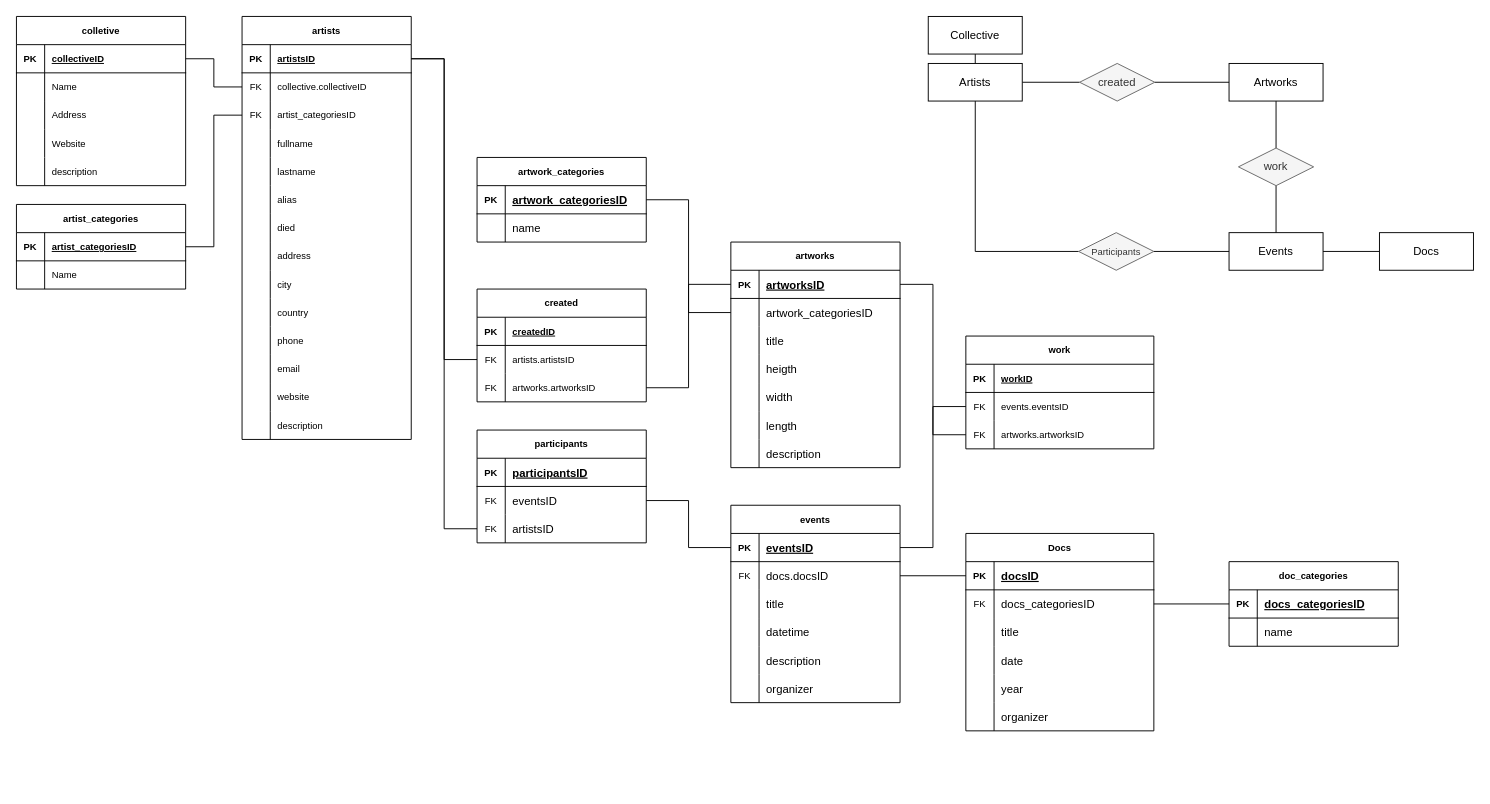
Above: documents/backend/database/arsipdb.drawio in ancientfutures/gitbook (draw.io), before the change. Source tidied: cells renumbered, new cells numbered last; positions are measured from the earlier drawing's top-left corner, leaving out a move shared by most shapes. Both pictures are drawn from the tidied source at 94%, with x=0, y=0 at pixel (16, 16).
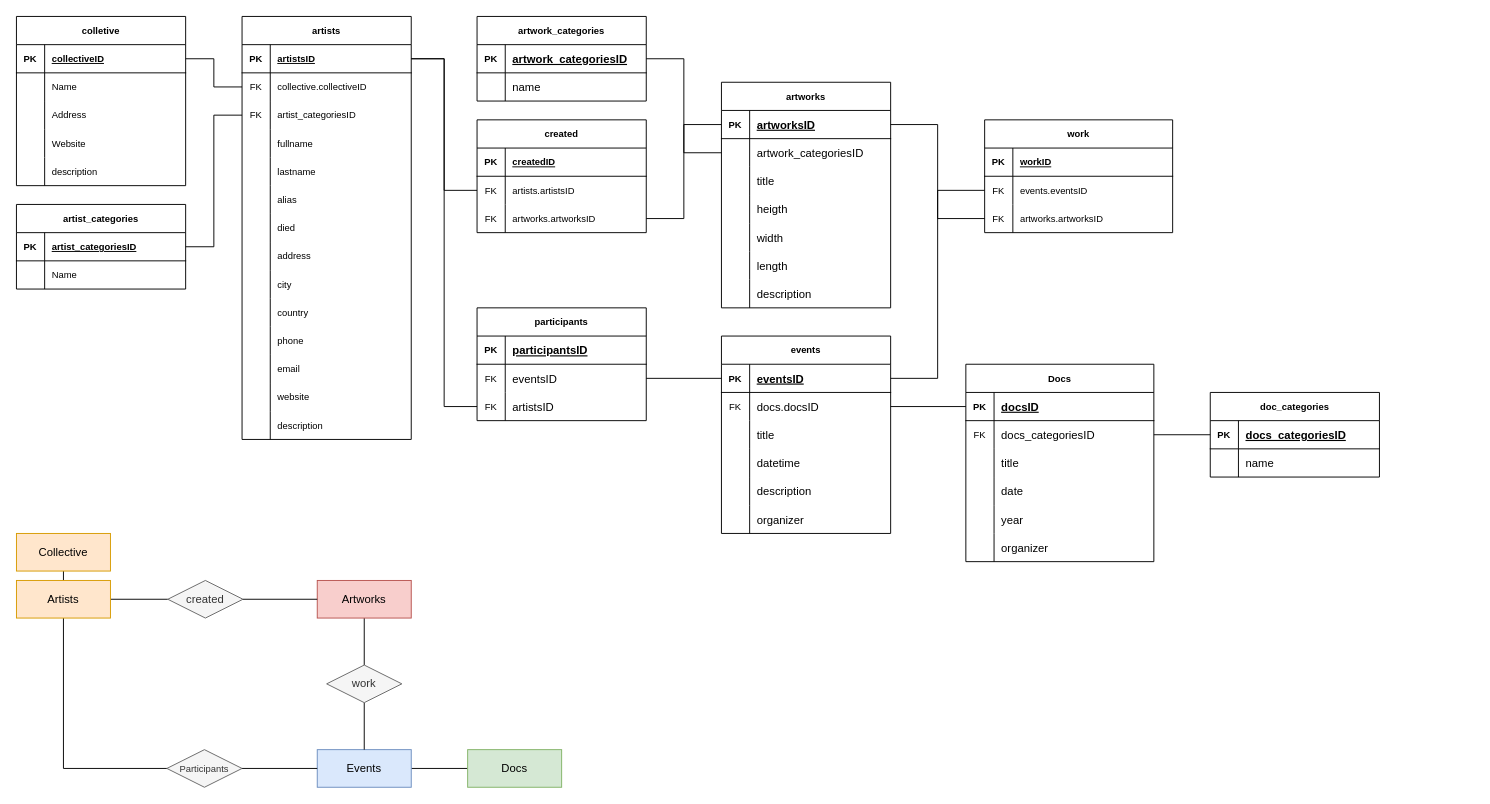
After the change.

Diff of the diagram source:
```diff
@@
     <mxCell id="4" style="edgeStyle=orthogonalEdgeStyle;rounded=0;jettySize=auto;html=1;fontSize=10;endArrow=none;endFill=0;" parent="1" edge="1" source="5" target="17">
       <mxGeometry relative="1" as="geometry">
         <Array as="points">
-          <mxPoint x="1020" y="250" />
+          <mxPoint x="50" y="800" />
         </Array>
       </mxGeometry>
     </mxCell>
-    <mxCell id="5" value="Artists" style="whiteSpace=wrap;html=1;align=center;" parent="1" vertex="1">
-      <mxGeometry x="970" y="50" width="100" height="40" as="geometry" />
+    <mxCell id="5" value="Artists" style="whiteSpace=wrap;html=1;align=center;fillColor=#ffe6cc;strokeColor=#d79b00;" parent="1" vertex="1">
+      <mxGeometry y="600" width="100" height="40" as="geometry" />
     </mxCell>
-    <mxCell id="6" value="&lt;div&gt;Collective&lt;/div&gt;" style="whiteSpace=wrap;html=1;align=center;" parent="1" vertex="1">
-      <mxGeometry x="970" width="100" height="40" as="geometry" />
+    <mxCell id="6" value="&lt;div&gt;Collective&lt;/div&gt;" style="whiteSpace=wrap;html=1;align=center;fillColor=#ffe6cc;strokeColor=#d79b00;" parent="1" vertex="1">
+      <mxGeometry y="550" width="100" height="40" as="geometry" />
     </mxCell>
@@
-    <mxCell id="8" value="&lt;div&gt;Artworks&lt;/div&gt;" style="whiteSpace=wrap;html=1;align=center;" parent="1" vertex="1">
-      <mxGeometry x="1290" y="50" width="100" height="40" as="geometry" />
+    <mxCell id="8" value="&lt;div&gt;Artworks&lt;/div&gt;" style="whiteSpace=wrap;html=1;align=center;fillColor=#f8cecc;strokeColor=#b85450;" parent="1" vertex="1">
+      <mxGeometry x="320" y="600" width="100" height="40" as="geometry" />
     </mxCell>
@@
-    <mxCell id="10" value="&lt;div&gt;Events&lt;/div&gt;" style="whiteSpace=wrap;html=1;align=center;" parent="1" vertex="1">
-      <mxGeometry x="1290" y="230" width="100" height="40" as="geometry" />
+    <mxCell id="10" value="&lt;div&gt;Events&lt;/div&gt;" style="whiteSpace=wrap;html=1;align=center;fillColor=#dae8fc;strokeColor=#6c8ebf;" parent="1" vertex="1">
+      <mxGeometry x="320" y="780" width="100" height="40" as="geometry" />
     </mxCell>
-    <mxCell id="11" value="Docs" style="whiteSpace=wrap;html=1;align=center;" parent="1" vertex="1">
-      <mxGeometry x="1450" y="230" width="100" height="40" as="geometry" />
+    <mxCell id="11" value="Docs" style="whiteSpace=wrap;html=1;align=center;fillColor=#d5e8d4;strokeColor=#82b366;" parent="1" vertex="1">
+      <mxGeometry x="480" y="780" width="100" height="40" as="geometry" />
     </mxCell>
@@
     <mxCell id="13" value="created" style="shape=rhombus;perimeter=rhombusPerimeter;whiteSpace=wrap;html=1;align=center;fillColor=#f5f5f5;fontColor=#333333;strokeColor=#666666;" parent="1" vertex="1">
-      <mxGeometry x="1131" y="50" width="80" height="40" as="geometry" />
+      <mxGeometry x="161" y="600" width="80" height="40" as="geometry" />
     </mxCell>
@@
     <mxCell id="15" value="work" style="shape=rhombus;perimeter=rhombusPerimeter;whiteSpace=wrap;html=1;align=center;fillColor=#f5f5f5;fontColor=#333333;strokeColor=#666666;" parent="1" vertex="1">
-      <mxGeometry x="1300" y="140" width="80" height="40" as="geometry" />
+      <mxGeometry x="330" y="690" width="80" height="40" as="geometry" />
     </mxCell>
@@
     <mxCell id="17" value="&lt;div style=&quot;font-size: 10px;&quot;&gt;&lt;font style=&quot;font-size: 10px;&quot;&gt;Participants&lt;/font&gt;&lt;/div&gt;" style="shape=rhombus;perimeter=rhombusPerimeter;whiteSpace=wrap;html=1;align=center;fillColor=#f5f5f5;fontColor=#333333;strokeColor=#666666;" parent="1" vertex="1">
-      <mxGeometry x="1130" y="230" width="80" height="40" as="geometry" />
+      <mxGeometry x="160" y="780" width="80" height="40" as="geometry" />
     </mxCell>
@@
     <mxCell id="84" value="created" style="shape=table;startSize=30;childLayout=tableLayout;rowLines=0;fontStyle=1;align=center;fontSize=10;" parent="1" vertex="1">
-      <mxGeometry x="490" y="290" width="180" height="120" as="geometry" />
+      <mxGeometry x="490" y="110" width="180" height="120" as="geometry" />
     </mxCell>
@@
     <mxCell id="94" value="artworks" style="shape=table;startSize=30;childLayout=tableLayout;rowLines=0;fontStyle=1;align=center;fontSize=10;" parent="1" vertex="1">
-      <mxGeometry x="760" y="240" width="180" height="240" as="geometry" />
+      <mxGeometry x="750" y="70" width="180" height="240" as="geometry" />
     </mxCell>
@@
     <mxCell id="116" value="events" style="shape=table;startSize=30;childLayout=tableLayout;rowLines=0;fontStyle=1;align=center;fontSize=10;" parent="1" vertex="1">
-      <mxGeometry x="760" y="520" width="180" height="210" as="geometry" />
+      <mxGeometry x="750" y="340" width="180" height="210" as="geometry" />
     </mxCell>
@@
     <mxCell id="135" value="Docs" style="shape=table;startSize=30;childLayout=tableLayout;rowLines=0;fontStyle=1;align=center;fontSize=10;" parent="1" vertex="1">
-      <mxGeometry x="1010" y="550" width="200" height="210" as="geometry" />
+      <mxGeometry x="1010" y="370" width="200" height="210" as="geometry" />
     </mxCell>
@@
     <mxCell id="154" value="doc_categories" style="shape=table;startSize=30;childLayout=tableLayout;rowLines=0;fontStyle=1;align=center;fontSize=10;" parent="1" vertex="1">
-      <mxGeometry x="1290" y="580" width="180" height="90" as="geometry" />
+      <mxGeometry x="1270" y="400" width="180" height="90" as="geometry" />
     </mxCell>
@@
     <mxCell id="161" value="artwork_categories" style="shape=table;startSize=30;childLayout=tableLayout;rowLines=0;fontStyle=1;align=center;fontSize=10;" parent="1" vertex="1">
-      <mxGeometry x="490" y="150" width="180" height="90" as="geometry" />
+      <mxGeometry x="490" width="180" height="90" as="geometry" />
     </mxCell>
@@
     <mxCell id="168" value="work" style="shape=table;startSize=30;childLayout=tableLayout;rowLines=0;fontStyle=1;align=center;fontSize=10;" parent="1" vertex="1">
-      <mxGeometry x="1010" y="340" width="200" height="120" as="geometry" />
+      <mxGeometry x="1030" y="110" width="200" height="120" as="geometry" />
     </mxCell>
@@
     <mxCell id="178" value="participants" style="shape=table;startSize=30;childLayout=tableLayout;rowLines=0;fontStyle=1;align=center;fontSize=10;" parent="1" vertex="1">
-      <mxGeometry x="490" y="440" width="180" height="120" as="geometry" />
+      <mxGeometry x="490" y="310" width="180" height="120" as="geometry" />
     </mxCell>
```
